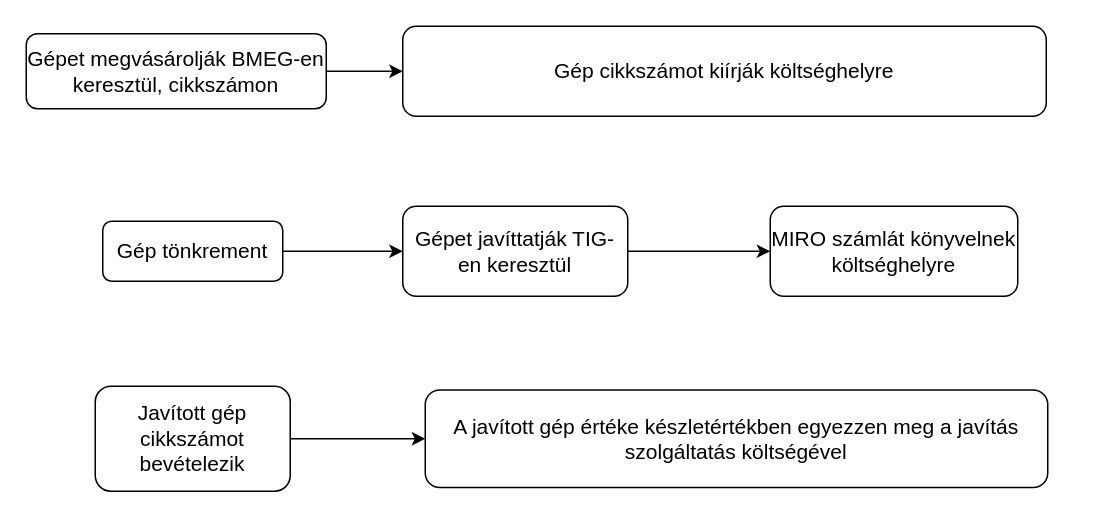
The draw.io diagram Javítás.drawio in xcom169/VBA_examples, before the edit. Source tidied: cells renumbered, new cells numbered last; positions are measured from the earlier drawing's top-left corner, leaving out a move shared by most shapes. Both pictures are drawn from the tidied source at 150%, with x=0, y=0 at pixel (26, 26).
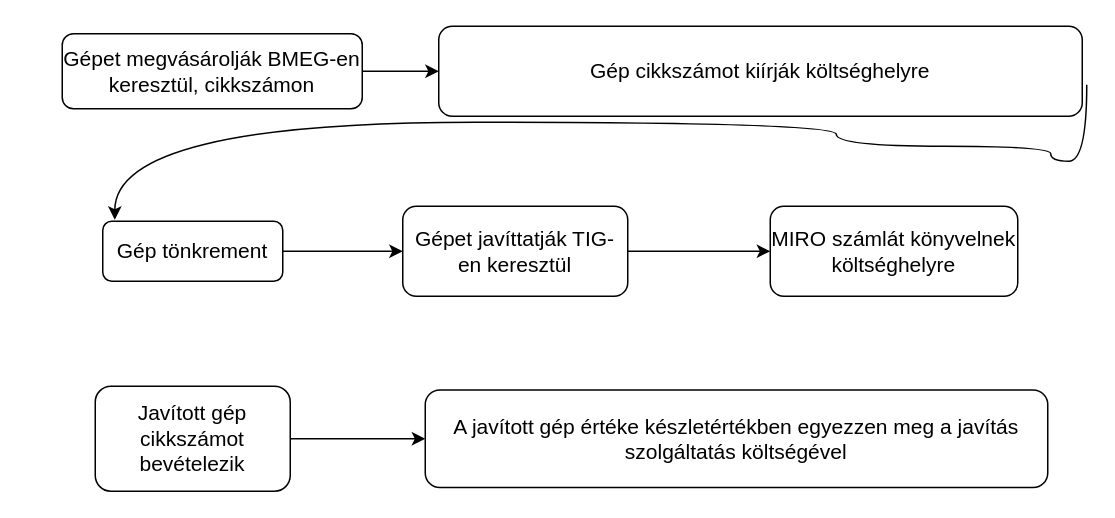
The same page after the edit.

Change to the diagram source:
```diff
@@
 <mxGraphModel>
   <root>
     <mxCell id="0" />
     <mxCell id="1" parent="0" />
     <mxCell id="2" style="edgeStyle=orthogonalEdgeStyle;rounded=0;jettySize=auto;html=1;fontSize=14;" parent="1" edge="1" source="3" target="5">
       <mxGeometry relative="1" as="geometry" />
     </mxCell>
     <mxCell id="3" value="Gép tönkrement" style="rounded=1;whiteSpace=wrap;html=1;fontSize=14;glass=0;strokeWidth=1;shadow=0;" parent="1" vertex="1">
       <mxGeometry x="51" y="130" width="120" height="40" as="geometry" />
     </mxCell>
     <mxCell id="4" style="edgeStyle=orthogonalEdgeStyle;rounded=0;jettySize=auto;html=1;fontSize=14;" parent="1" edge="1" source="5" target="6">
       <mxGeometry relative="1" as="geometry" />
     </mxCell>
     <mxCell id="5" value="Gépet javíttatják TIG-en keresztül" style="whiteSpace=wrap;html=1;rounded=1;glass=0;strokeWidth=1;shadow=0;fontSize=14;" parent="1" vertex="1">
       <mxGeometry x="251" y="120" width="150" height="60" as="geometry" />
     </mxCell>
     <mxCell id="6" value="MIRO számlát könyvelnek költséghelyre" style="whiteSpace=wrap;html=1;rounded=1;glass=0;strokeWidth=1;shadow=0;fontSize=14;" parent="1" vertex="1">
       <mxGeometry x="496" y="120" width="165" height="60" as="geometry" />
     </mxCell>
     <mxCell id="7" style="edgeStyle=orthogonalEdgeStyle;rounded=0;jettySize=auto;html=1;" parent="1" edge="1" source="8" target="9">
       <mxGeometry relative="1" as="geometry" />
     </mxCell>
     <mxCell id="8" value="Javított gép cikkszámot bevételezik" style="rounded=1;whiteSpace=wrap;html=1;fontSize=14;glass=0;strokeWidth=1;shadow=0;" parent="1" vertex="1">
       <mxGeometry x="46" y="240" width="130" height="70" as="geometry" />
     </mxCell>
     <mxCell id="9" value="A javított gép értéke készletértékben egyezzen meg a javítás szolgáltatás költségével" style="whiteSpace=wrap;html=1;fontSize=14;rounded=1;glass=0;strokeWidth=1;shadow=0;" parent="1" vertex="1">
       <mxGeometry x="266" y="242.5" width="415" height="65" as="geometry" />
     </mxCell>
     <mxCell id="10" style="edgeStyle=orthogonalEdgeStyle;rounded=0;jettySize=auto;html=1;fontSize=14;" parent="1" edge="1" source="11" target="12">
       <mxGeometry relative="1" as="geometry" />
     </mxCell>
     <mxCell id="11" value="Gépet megvásárolják BMEG-en keresztül, cikkszámon" style="rounded=1;whiteSpace=wrap;html=1;fontSize=14;glass=0;strokeWidth=1;shadow=0;" parent="1" vertex="1">
-      <mxGeometry y="5" width="200" height="50" as="geometry" />
+      <mxGeometry x="24" y="5" width="200" height="50" as="geometry" />
     </mxCell>
     <mxCell id="12" value="Gép cikkszámot kiírják költséghelyre" style="whiteSpace=wrap;html=1;rounded=1;glass=0;strokeWidth=1;shadow=0;fontSize=14;" parent="1" vertex="1">
-      <mxGeometry x="251" width="429" height="60" as="geometry" />
+      <mxGeometry x="275" width="429" height="60" as="geometry" />
     </mxCell>
+    <mxCell id="13" style="curved=1;endArrow=classic;html=1;rounded=0;edgeStyle=orthogonalEdgeStyle;entryX=0.067;entryY=-0.025;entryDx=0;entryDy=0;entryPerimeter=0;exitX=1.007;exitY=0.65;exitDx=0;exitDy=0;exitPerimeter=0;" parent="1" edge="1" source="12" target="3">
+      <mxGeometry relative="1" as="geometry">
+        <Array as="points">
+          <mxPoint x="707" y="90" />
+          <mxPoint x="683" y="90" />
+          <mxPoint x="683" y="80" />
+          <mxPoint x="540" y="80" />
+          <mxPoint x="540" y="64" />
+          <mxPoint x="59" y="64" />
+        </Array>
+      </mxGeometry>
+    </mxCell>
   </root>
 </mxGraphModel>
```
